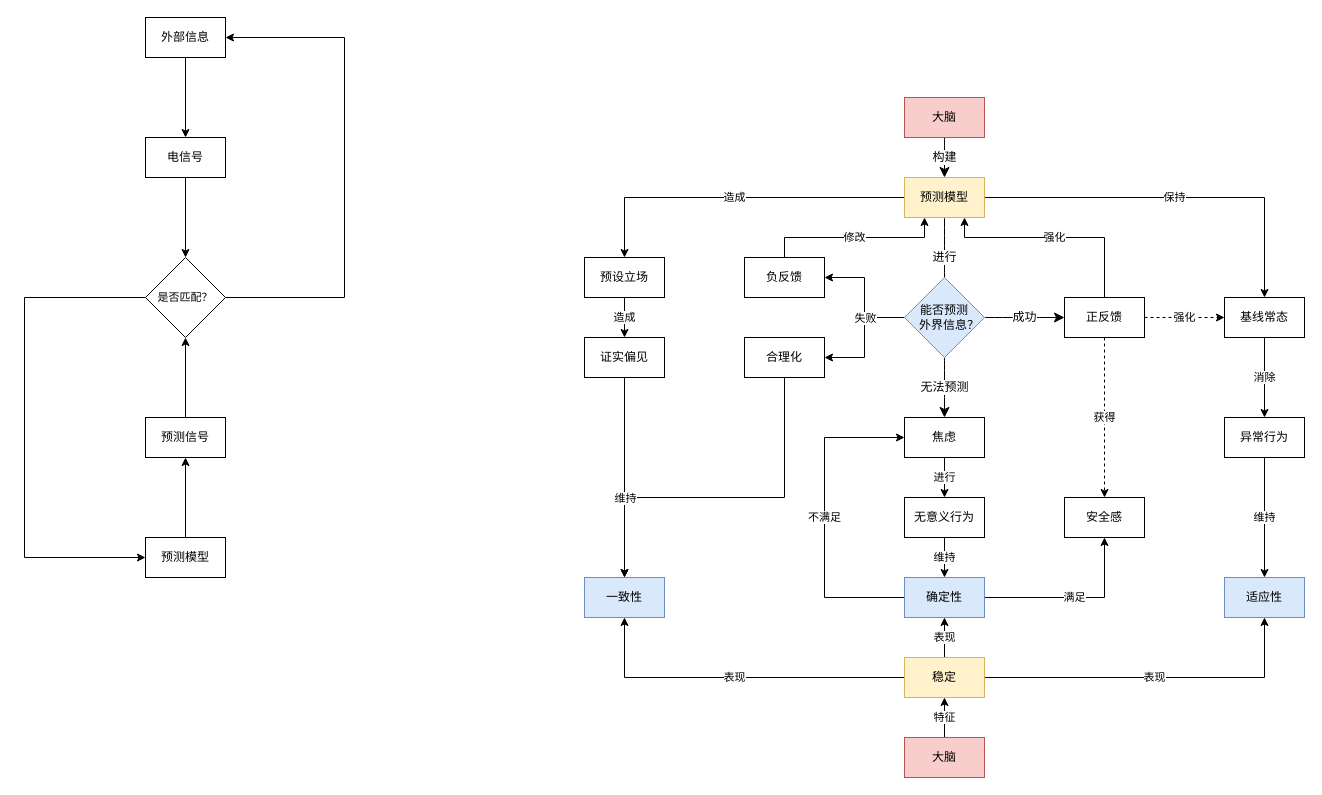
Earlier version of the draw.io diagram 大脑原理-稳定.drawio (youyusan/open_mind). Source tidied: cells renumbered, new cells numbered last; positions are measured from the earlier drawing's top-left corner, leaving out a move shared by most shapes. Both pictures are drawn from the tidied source at 100%, with x=0, y=0 at pixel (24, 17).
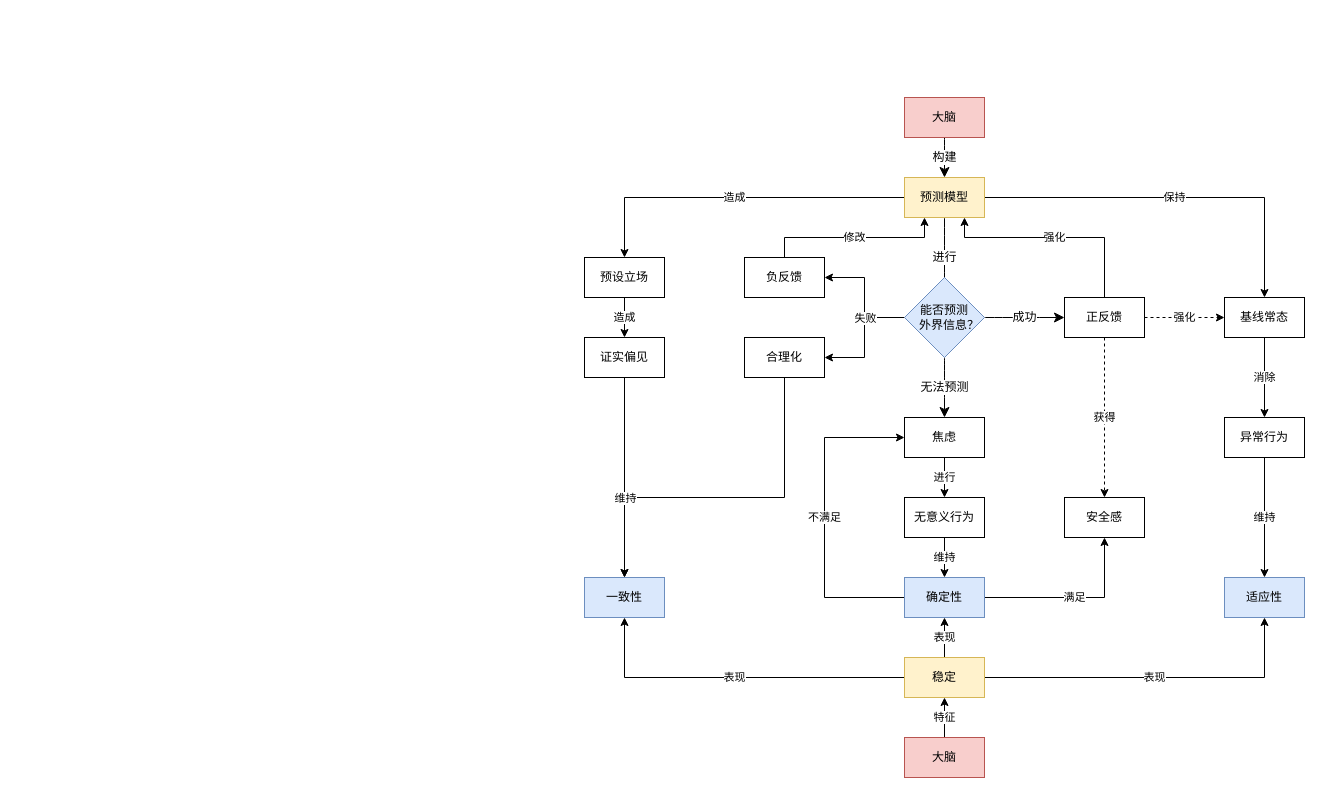
The same diagram, later.

Commit message:
更新大脑原理-稳定.drawio

Change to the diagram source:
```diff
@@
-    <mxCell id="2" style="group;" parent="1" vertex="1">
-      <mxGeometry width="320" height="560" as="geometry" />
-    </mxCell>
-    <mxCell id="3" value="外部信息" style="rounded=0;whiteSpace=wrap;html=1;" parent="2" vertex="1">
-      <mxGeometry x="121" width="80" height="40" as="geometry" />
-    </mxCell>
-    <mxCell id="4" value="电信号" style="rounded=0;whiteSpace=wrap;html=1;" parent="2" vertex="1">
-      <mxGeometry x="121" y="120" width="80" height="40" as="geometry" />
-    </mxCell>
-    <mxCell id="5" style="edgeStyle=orthogonalEdgeStyle;shape=connector;rounded=0;jettySize=auto;html=1;labelBackgroundColor=default;strokeColor=default;align=center;verticalAlign=middle;fontFamily=Helvetica;fontSize=11;fontColor=default;endArrow=classic;" parent="2" edge="1" source="3" target="4">
-      <mxGeometry relative="1" as="geometry" />
-    </mxCell>
-    <mxCell id="6" value="预测模型" style="rounded=0;whiteSpace=wrap;html=1;" parent="2" vertex="1">
-      <mxGeometry x="121" y="520" width="80" height="40" as="geometry" />
-    </mxCell>
-    <mxCell id="7" value="预测信号" style="rounded=0;whiteSpace=wrap;html=1;" parent="2" vertex="1">
-      <mxGeometry x="121" y="400" width="80" height="40" as="geometry" />
-    </mxCell>
-    <mxCell id="8" style="edgeStyle=orthogonalEdgeStyle;shape=connector;rounded=0;jettySize=auto;html=1;labelBackgroundColor=default;strokeColor=default;align=center;verticalAlign=middle;fontFamily=Helvetica;fontSize=11;fontColor=default;endArrow=classic;" parent="2" edge="1" source="6" target="7">
-      <mxGeometry relative="1" as="geometry" />
-    </mxCell>
-    <mxCell id="9" style="edgeStyle=orthogonalEdgeStyle;shape=connector;rounded=0;jettySize=auto;html=1;entryX=0;entryY=0.5;entryDx=0;entryDy=0;labelBackgroundColor=default;strokeColor=default;align=center;verticalAlign=middle;fontFamily=Helvetica;fontSize=11;fontColor=default;endArrow=classic;" parent="2" edge="1" source="11" target="6">
-      <mxGeometry relative="1" as="geometry">
-        <Array as="points">
-          <mxPoint y="280" />
-          <mxPoint y="540" />
-        </Array>
-      </mxGeometry>
-    </mxCell>
-    <mxCell id="10" style="edgeStyle=orthogonalEdgeStyle;shape=connector;rounded=0;jettySize=auto;html=1;entryX=1;entryY=0.5;entryDx=0;entryDy=0;labelBackgroundColor=default;strokeColor=default;align=center;verticalAlign=middle;fontFamily=Helvetica;fontSize=11;fontColor=default;endArrow=classic;" parent="2" edge="1" source="11" target="3">
-      <mxGeometry relative="1" as="geometry">
-        <Array as="points">
-          <mxPoint x="320" y="280" />
-          <mxPoint x="320" y="20" />
-        </Array>
-      </mxGeometry>
-    </mxCell>
-    <mxCell id="11" value="是否匹配？" style="rhombus;whiteSpace=wrap;html=1;fontFamily=Helvetica;fontSize=11;fontColor=default;" parent="2" vertex="1">
-      <mxGeometry x="121" y="240" width="80" height="80" as="geometry" />
-    </mxCell>
-    <mxCell id="12" style="edgeStyle=orthogonalEdgeStyle;shape=connector;rounded=0;jettySize=auto;html=1;labelBackgroundColor=default;strokeColor=default;align=center;verticalAlign=middle;fontFamily=Helvetica;fontSize=11;fontColor=default;endArrow=classic;" parent="2" edge="1" source="4" target="11">
-      <mxGeometry relative="1" as="geometry" />
-    </mxCell>
-    <mxCell id="13" style="edgeStyle=orthogonalEdgeStyle;shape=connector;rounded=0;jettySize=auto;html=1;labelBackgroundColor=default;strokeColor=default;align=center;verticalAlign=middle;fontFamily=Helvetica;fontSize=11;fontColor=default;endArrow=classic;" parent="2" edge="1" source="7" target="11">
-      <mxGeometry relative="1" as="geometry" />
-    </mxCell>
```
